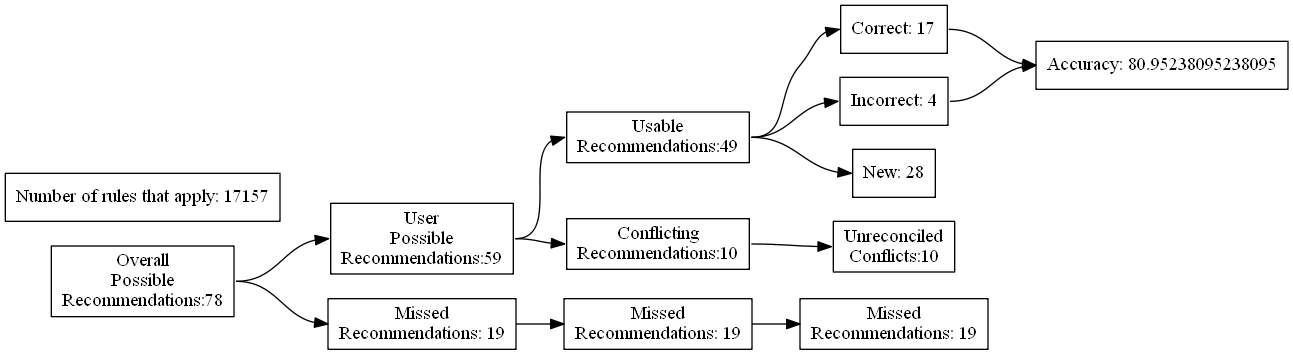
Before: test_renders/24.gv.png, a diagram exported from Graphviz (ZaxR/ibd_diet_analysis). Its source is kept beside it as test_renders/24.gv. The source it was exported from:
```dot
digraph {
	graph [rankdir=LR]
	node [pos=r shape=box]
	edge [headport=w tailport=e]
		A [label="Overall
Possible
Recommendations:78"]
		B [label="User
Possible
Recommendations:59"]
		C [label="Missed
Recommendations: 19"]
		D [label="Usable
Recommendations:49"]
		E [label="Conflicting
Recommendations:10"]
		J [label="Missed
Recommendations: 19"]
		M [label="Unreconciled
Conflicts:10"]
		F [label="Correct: 17"]
		G [label="Incorrect: 4"]
		H [label="New: 28"]
		K [label="Missed
Recommendations: 19"]
		I [label="Accuracy: 80.95238095238095"]
		l [label="Number of rules that apply: 17157"]
			A -> B
			A -> C
			B -> D
			B -> E
			D -> F
			D -> G
			D -> H
			F -> I
			G -> I
			C -> J
			J -> K
			E -> M
}
```
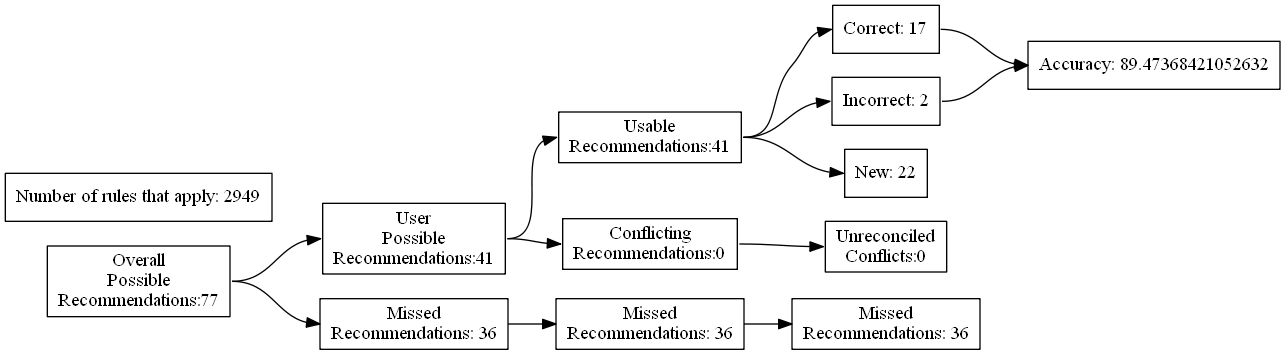
Later version of the same file.

The edit, as a diff of the source:
```diff
@@ -4,27 +4,27 @@
 	edge [headport=w tailport=e]
 		A [label="Overall
 Possible
-Recommendations:78"]
+Recommendations:77"]
 		B [label="User
 Possible
-Recommendations:59"]
+Recommendations:41"]
 		C [label="Missed
-Recommendations: 19"]
+Recommendations: 36"]
 		D [label="Usable
-Recommendations:49"]
+Recommendations:41"]
 		E [label="Conflicting
-Recommendations:10"]
+Recommendations:0"]
 		J [label="Missed
-Recommendations: 19"]
+Recommendations: 36"]
 		M [label="Unreconciled
-Conflicts:10"]
+Conflicts:0"]
 		F [label="Correct: 17"]
-		G [label="Incorrect: 4"]
-		H [label="New: 28"]
+		G [label="Incorrect: 2"]
+		H [label="New: 22"]
 		K [label="Missed
-Recommendations: 19"]
-		I [label="Accuracy: 80.95238095238095"]
-		l [label="Number of rules that apply: 17157"]
+Recommendations: 36"]
+		I [label="Accuracy: 89.47368421052632"]
+		l [label="Number of rules that apply: 2949"]
 			A -> B
 			A -> C
 			B -> D
```
